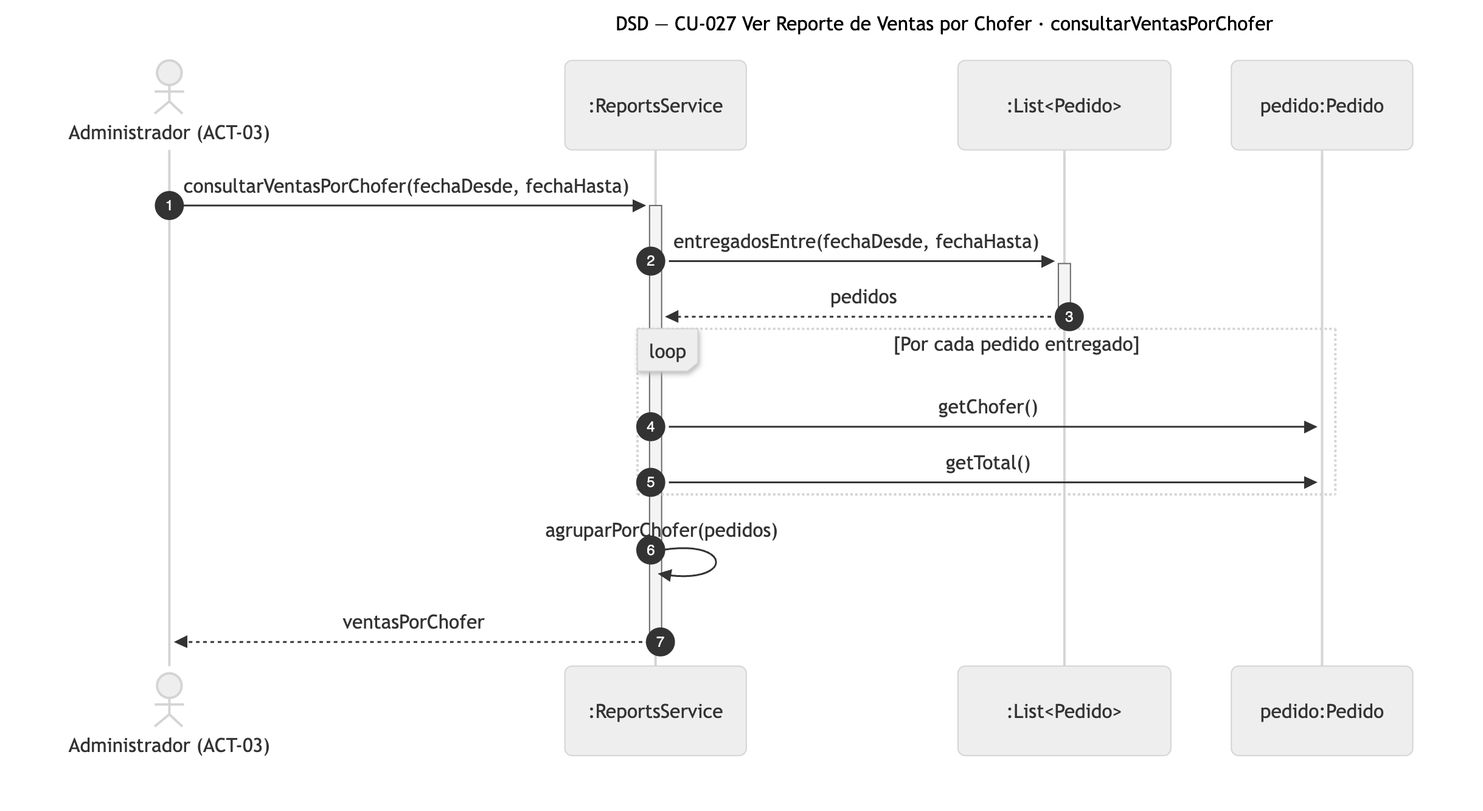
Earlier version of the Mermaid export diagramas/png/DSD_CU-027_consultarVentasPorChofer.png (Nahuelito-Dev/splg-docs). Its source is kept beside it as diagramas/DSD_CU-027_consultarVentasPorChofer.mmd. The source it was exported from:
```mermaid
sequenceDiagram
    title DSD — CU-027 Ver Reporte de Ventas por Chofer · consultarVentasPorChofer
    autonumber
    actor ADM as Administrador (ACT-03)
    participant SRV as :ReportsService
    participant COL as :List#lt;Pedido#gt;
    participant PED as pedido:Pedido

    ADM->>+SRV: consultarVentasPorChofer(fechaDesde, fechaHasta)
    SRV->>+COL: entregadosEntre(fechaDesde, fechaHasta)
    COL-->>-SRV: pedidos
    loop Por cada pedido entregado
        SRV->>PED: getChofer()
        SRV->>PED: getTotal()
    end
    SRV->>SRV: agruparPorChofer(pedidos)
    SRV-->>-ADM: ventasPorChofer
```
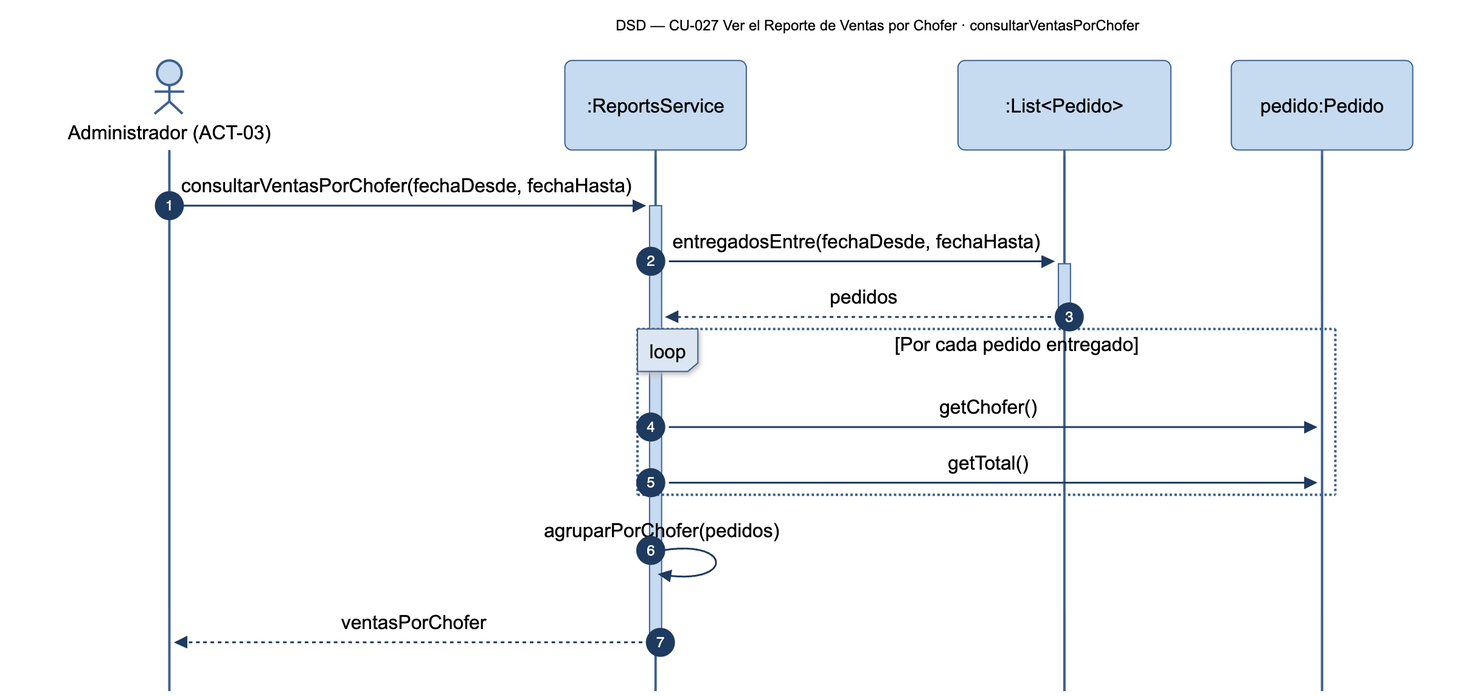
After the commit.

The edit, as a diff of the source:
```diff
@@ -1,5 +1,5 @@
 sequenceDiagram
-    title DSD — CU-027 Ver Reporte de Ventas por Chofer · consultarVentasPorChofer
+    title DSD — CU-027 Ver el Reporte de Ventas por Chofer · consultarVentasPorChofer
     autonumber
     actor ADM as Administrador (ACT-03)
     participant SRV as :ReportsService
```
